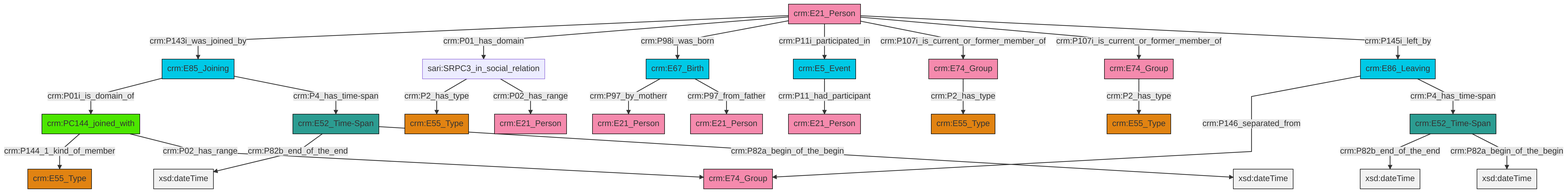
Above: et/personCSV/ttl/mmd/png/Person_Actor_Relations.png in swiss-art-research-net/docs.swissartresearch (Mermaid), before the change. Its source is kept beside it as et/personCSV/ttl/mmd/Person_Actor_Relations.ttl.mmd.
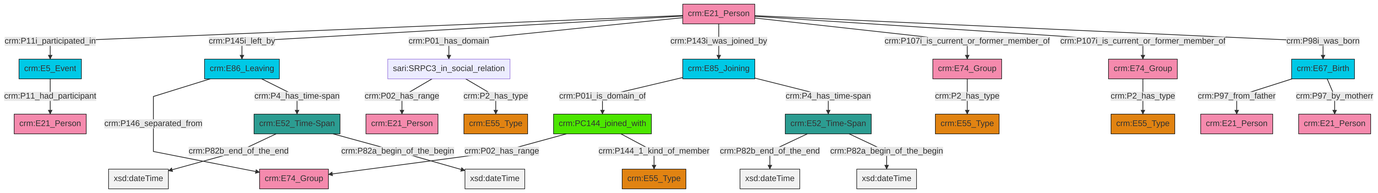
Above is the later version.

Change to the diagram source:
```diff
@@ -13,27 +13,27 @@
 classDef PC_Classes fill:#4ce600, stroke:#000000;
 classDef Multi fill:#cccccc,stroke:#000000;
 
-0["crm:E85_Joining"]:::Temporal_Entity -->|crm:P01i_is_domain_of| 1["crm:PC144_joined_with"]:::PC_Classes
-2["crm:E21_Person"]:::Actor -->|crm:P143i_was_joined_by| 0["crm:E85_Joining"]:::Temporal_Entity
-7["crm:E5_Event"]:::Temporal_Entity -->|crm:P11_had_participant| 8["crm:E21_Person"]:::Actor
-0["crm:E85_Joining"]:::Temporal_Entity -->|crm:P4_has_time-span| 9["crm:E52_Time-Span"]:::Time-Span
-5["crm:E52_Time-Span"]:::Time-Span -->|crm:P82b_end_of_the_end| 10[xsd:dateTime]:::Literal
-11["sari:SRPC3_in_social_relation"]:::Default -->|crm:P2_has_type| 12["crm:E55_Type"]:::Type
-1["crm:PC144_joined_with"]:::PC_Classes -->|crm:P144_1_kind_of_member| 13["crm:E55_Type"]:::Type
-2["crm:E21_Person"]:::Actor -->|crm:P01_has_domain| 11["sari:SRPC3_in_social_relation"]:::Default
-1["crm:PC144_joined_with"]:::PC_Classes -->|crm:P02_has_range| 14["crm:E74_Group"]:::Actor
-2["crm:E21_Person"]:::Actor -->|crm:P98i_was_born| 15["crm:E67_Birth"]:::Temporal_Entity
-5["crm:E52_Time-Span"]:::Time-Span -->|crm:P82a_begin_of_the_begin| 18[xsd:dateTime]:::Literal
-2["crm:E21_Person"]:::Actor -->|crm:P11i_participated_in| 7["crm:E5_Event"]:::Temporal_Entity
-9["crm:E52_Time-Span"]:::Time-Span -->|crm:P82b_end_of_the_end| 21[xsd:dateTime]:::Literal
-2["crm:E21_Person"]:::Actor -->|crm:P107i_is_current_or_former_member_of| 25["crm:E74_Group"]:::Actor
-15["crm:E67_Birth"]:::Temporal_Entity -->|crm:P97_by_motherr| 27["crm:E21_Person"]:::Actor
-3["crm:E86_Leaving"]:::Temporal_Entity -->|crm:P146_separated_from| 14["crm:E74_Group"]:::Actor
-32["crm:E74_Group"]:::Actor -->|crm:P2_has_type| 19["crm:E55_Type"]:::Type
-15["crm:E67_Birth"]:::Temporal_Entity -->|crm:P97_from_father| 34["crm:E21_Person"]:::Actor
-2["crm:E21_Person"]:::Actor -->|crm:P107i_is_current_or_former_member_of| 32["crm:E74_Group"]:::Actor
-25["crm:E74_Group"]:::Actor -->|crm:P2_has_type| 16["crm:E55_Type"]:::Type
-3["crm:E86_Leaving"]:::Temporal_Entity -->|crm:P4_has_time-span| 5["crm:E52_Time-Span"]:::Time-Span
-11["sari:SRPC3_in_social_relation"]:::Default -->|crm:P02_has_range| 23["crm:E21_Person"]:::Actor
-9["crm:E52_Time-Span"]:::Time-Span -->|crm:P82a_begin_of_the_begin| 45[xsd:dateTime]:::Literal
-2["crm:E21_Person"]:::Actor -->|crm:P145i_left_by| 3["crm:E86_Leaving"]:::Temporal_Entity
+0["crm:E52_Time-Span"]:::Time-Span -->|crm:P82b_end_of_the_end| 1[xsd:dateTime]:::Literal
+4["sari:SRPC3_in_social_relation"]:::Default -->|crm:P02_has_range| 5["crm:E21_Person"]:::Actor
+8["crm:E86_Leaving"]:::Temporal_Entity -->|crm:P146_separated_from| 9["crm:E74_Group"]:::Actor
+15["crm:E21_Person"]:::Actor -->|crm:P11i_participated_in| 18["crm:E5_Event"]:::Temporal_Entity
+15["crm:E21_Person"]:::Actor -->|crm:P145i_left_by| 8["crm:E86_Leaving"]:::Temporal_Entity
+21["crm:PC144_joined_with"]:::PC_Classes -->|crm:P02_has_range| 9["crm:E74_Group"]:::Actor
+21["crm:PC144_joined_with"]:::PC_Classes -->|crm:P144_1_kind_of_member| 2["crm:E55_Type"]:::Type
+11["crm:E52_Time-Span"]:::Time-Span -->|crm:P82b_end_of_the_end| 24[xsd:dateTime]:::Literal
+15["crm:E21_Person"]:::Actor -->|crm:P01_has_domain| 4["sari:SRPC3_in_social_relation"]:::Default
+4["sari:SRPC3_in_social_relation"]:::Default -->|crm:P2_has_type| 6["crm:E55_Type"]:::Type
+25["crm:E74_Group"]:::Actor -->|crm:P2_has_type| 26["crm:E55_Type"]:::Type
+35["crm:E67_Birth"]:::Temporal_Entity -->|crm:P97_from_father| 36["crm:E21_Person"]:::Actor
+15["crm:E21_Person"]:::Actor -->|crm:P143i_was_joined_by| 22["crm:E85_Joining"]:::Temporal_Entity
+11["crm:E52_Time-Span"]:::Time-Span -->|crm:P82a_begin_of_the_begin| 39[xsd:dateTime]:::Literal
+18["crm:E5_Event"]:::Temporal_Entity -->|crm:P11_had_participant| 33["crm:E21_Person"]:::Actor
+8["crm:E86_Leaving"]:::Temporal_Entity -->|crm:P4_has_time-span| 0["crm:E52_Time-Span"]:::Time-Span
+0["crm:E52_Time-Span"]:::Time-Span -->|crm:P82a_begin_of_the_begin| 41[xsd:dateTime]:::Literal
+22["crm:E85_Joining"]:::Temporal_Entity -->|crm:P01i_is_domain_of| 21["crm:PC144_joined_with"]:::PC_Classes
+35["crm:E67_Birth"]:::Temporal_Entity -->|crm:P97_by_motherr| 13["crm:E21_Person"]:::Actor
+31["crm:E74_Group"]:::Actor -->|crm:P2_has_type| 42["crm:E55_Type"]:::Type
+15["crm:E21_Person"]:::Actor -->|crm:P107i_is_current_or_former_member_of| 25["crm:E74_Group"]:::Actor
+15["crm:E21_Person"]:::Actor -->|crm:P107i_is_current_or_former_member_of| 31["crm:E74_Group"]:::Actor
+22["crm:E85_Joining"]:::Temporal_Entity -->|crm:P4_has_time-span| 11["crm:E52_Time-Span"]:::Time-Span
+15["crm:E21_Person"]:::Actor -->|crm:P98i_was_born| 35["crm:E67_Birth"]:::Temporal_Entity
```
